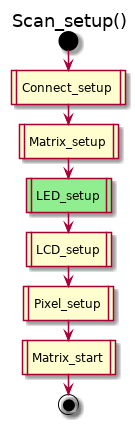
Earlier version of the PlantUML export doc/uml/Scan_setup.png (kluelogic/controller). Source of this version:
```plantuml
@startuml
title Scan_setup()
start
:Connect_setup|
:Matrix_setup|
#LightGreen:LED_setup|
:LCD_setup|
:Pixel_setup|
:Matrix_start|
stop
@enduml
```
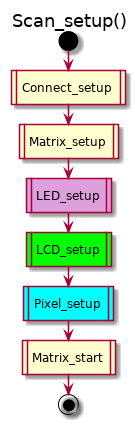
The same file after the commit.

What changed in the source:
```diff
@@ -3,9 +3,9 @@
 start
 :Connect_setup|
 :Matrix_setup|
-#LightGreen:LED_setup|
-:LCD_setup|
-:Pixel_setup|
+#Plum:LED_setup|
+#Lime:LCD_setup|
+#Aqua:Pixel_setup|
 :Matrix_start|
 stop
 @enduml
```
